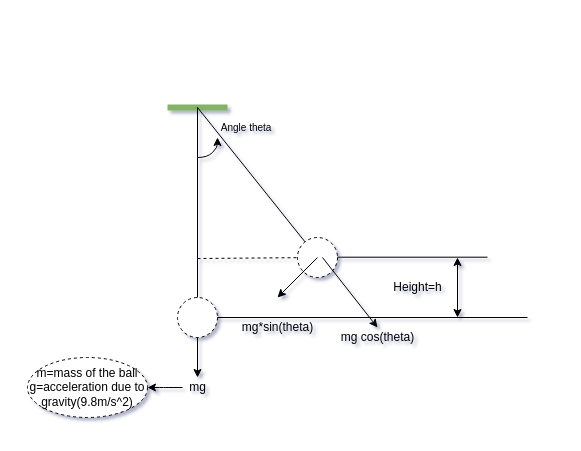
This is Untitled Diagram.drawio from anjoomnaved/Pedulum-Dynamics-Linearization, a draw.io file, before an edit. Source tidied: cells renumbered, new cells numbered last; positions are measured from the earlier drawing's top-left corner, leaving out a move shared by most shapes. Both pictures are drawn from the tidied source at 100%, with x=0, y=0 at pixel (27, 107).
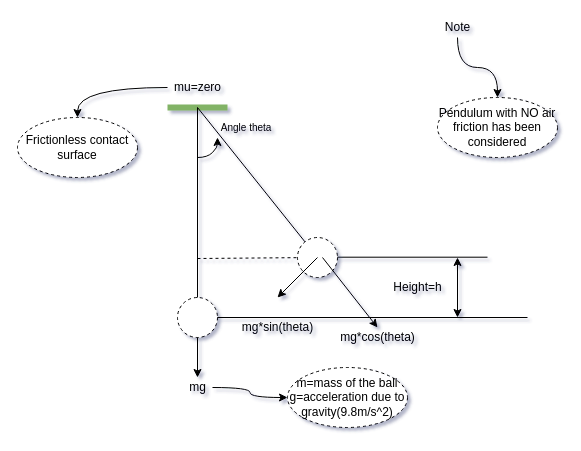
The same diagram, later.

Change to the diagram source:
```diff
@@
     <mxCell id="14" value="m=mass of the ball&lt;br&gt;g=acceleration due to gravity(9.8m/s^2)" style="ellipse;whiteSpace=wrap;html=1;shadow=0;dashed=1;" parent="1" vertex="1">
-      <mxGeometry y="250" width="120" height="60" as="geometry" />
+      <mxGeometry x="260" y="260" width="120" height="60" as="geometry" />
     </mxCell>
@@
-    <mxCell id="22" value="mg cos(theta)" style="text;html=1;align=center;verticalAlign=middle;strokeColor=none;fillColor=none;" parent="1" vertex="1">
+    <mxCell id="22" value="mg*cos(theta)" style="text;html=1;align=center;verticalAlign=middle;strokeColor=none;fillColor=none;" parent="1" vertex="1">
       <mxGeometry x="305" y="220" width="90" height="20" as="geometry" />
     </mxCell>
+    <mxCell id="23" style="edgeStyle=orthogonalEdgeStyle;curved=1;jettySize=auto;html=1;shadow=0;strokeWidth=1;" parent="1" edge="1" source="24" target="25">
+      <mxGeometry relative="1" as="geometry" />
+    </mxCell>
+    <mxCell id="24" value="mu=zero" style="text;html=1;align=center;verticalAlign=middle;points=[];strokeColor=none;fillColor=none;" parent="1" vertex="1">
+      <mxGeometry x="140" y="-30" width="60" height="20" as="geometry" />
+    </mxCell>
+    <mxCell id="25" value="Frictionless contact surface" style="ellipse;whiteSpace=wrap;html=1;shadow=0;dashed=1;" parent="1" vertex="1">
+      <mxGeometry x="-10" y="10" width="120" height="60" as="geometry" />
+    </mxCell>
+    <mxCell id="26" style="edgeStyle=orthogonalEdgeStyle;curved=1;jettySize=auto;html=1;shadow=0;strokeWidth=1;" parent="1" edge="1" source="27" target="28">
+      <mxGeometry relative="1" as="geometry" />
+    </mxCell>
+    <mxCell id="27" value="Note" style="text;html=1;align=center;verticalAlign=middle;points=[];strokeColor=none;fillColor=none;" parent="1" vertex="1">
+      <mxGeometry x="410" y="-90" width="40" height="20" as="geometry" />
+    </mxCell>
+    <mxCell id="28" value="Pendulum with NO air friction has been considered" style="ellipse;whiteSpace=wrap;html=1;shadow=0;dashed=1;" parent="1" vertex="1">
+      <mxGeometry x="410" y="-10" width="120" height="60" as="geometry" />
+    </mxCell>
```
